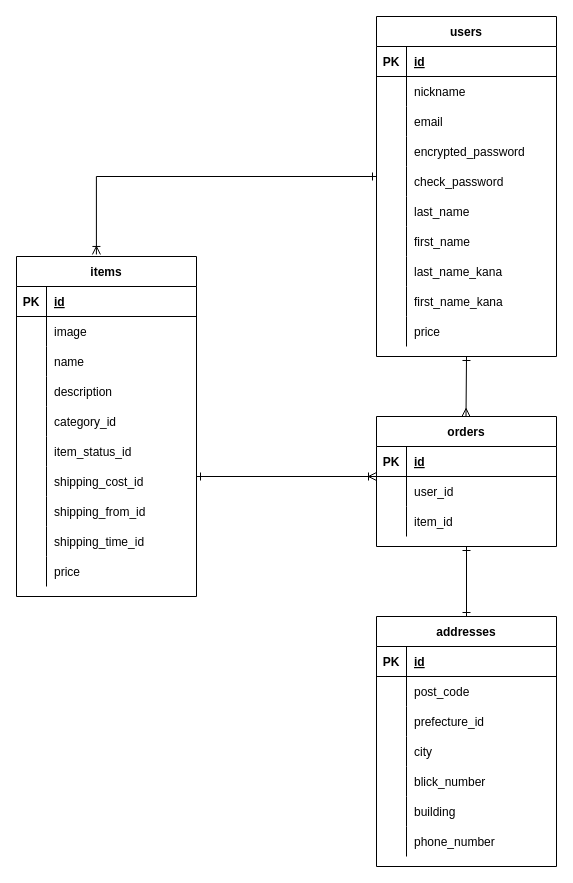
Above: furima.dio in ikumi-taka/furima-38288 (draw.io), before the change. Source tidied: cells renumbered, new cells numbered last; positions are measured from the earlier drawing's top-left corner, leaving out a move shared by most shapes. Both pictures are drawn from the tidied source at 100%, with x=0, y=0 at pixel (16, 16).
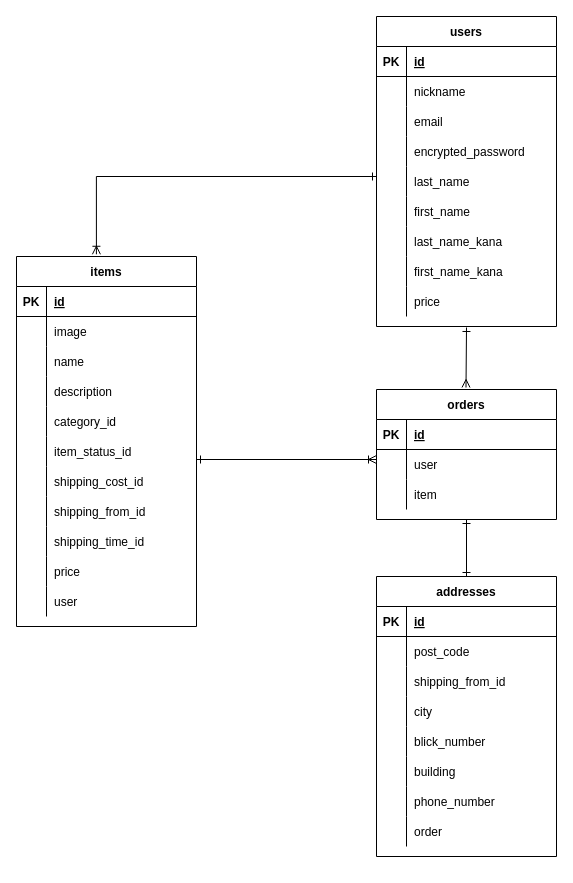
The same diagram, later.

Commit message (it also covers changes not shown here):
ER図とREADMEにDBを設計 を修正

Unchanged cells that the change refers to:
```xml
<mxCell id="71" style="shape=partialRectangle;fillColor=none;top=0;left=0;bottom=0;right=0;" parent="64" vertex="1">
  <mxGeometry y="90" width="180" height="30" as="geometry" />
</mxCell>
<mxCell id="90" style="shape=partialRectangle;fillColor=none;top=0;left=0;bottom=0;right=0;" parent="86" vertex="1">
  <mxGeometry y="60" width="180" height="30" as="geometry" />
</mxCell>
<mxCell id="93" style="shape=partialRectangle;fillColor=none;top=0;left=0;bottom=0;right=0;" parent="86" vertex="1">
  <mxGeometry y="90" width="180" height="30" as="geometry" />
</mxCell>
```

Diff of the diagram source:
```diff
@@
     <mxCell id="2" value="items" style="shape=table;startSize=30;childLayout=tableLayout;rowLines=0;fontStyle=1;align=center;" parent="1" vertex="1">
-      <mxGeometry y="240" width="180" height="340" as="geometry" />
+      <mxGeometry y="240" width="180" height="370" as="geometry" />
     </mxCell>
@@
+    <mxCell id="100" style="shape=partialRectangle;fillColor=none;top=0;left=0;bottom=0;right=0;" parent="2" vertex="1">
+      <mxGeometry y="330" width="180" height="30" as="geometry" />
+    </mxCell>
+    <mxCell id="101" style="shape=partialRectangle;fillColor=none;top=0;left=0;bottom=0;right=0;overflow=hidden;" parent="100" vertex="1">
+      <mxGeometry width="30" height="30" as="geometry" />
+    </mxCell>
+    <mxCell id="102" value="user" style="shape=partialRectangle;fillColor=none;top=0;left=0;bottom=0;right=0;align=left;spacingLeft=6;overflow=hidden;" parent="100" vertex="1">
+      <mxGeometry x="30" width="150" height="30" as="geometry" />
+    </mxCell>
     <mxCell id="33" value="users" style="shape=table;startSize=30;childLayout=tableLayout;rowLines=0;fontStyle=1;align=center;" parent="1" vertex="1">
-      <mxGeometry x="360" width="180" height="340" as="geometry" />
+      <mxGeometry x="360" width="180" height="310" as="geometry" />
     </mxCell>
@@
-    <mxCell id="46" style="shape=partialRectangle;fillColor=none;top=0;left=0;bottom=0;right=0;" parent="33" vertex="1">
-      <mxGeometry y="150" width="180" height="30" as="geometry" />
-    </mxCell>
-    <mxCell id="47" style="shape=partialRectangle;fillColor=none;top=0;left=0;bottom=0;right=0;overflow=hidden;" parent="46" vertex="1">
-      <mxGeometry width="30" height="30" as="geometry" />
-    </mxCell>
-    <mxCell id="48" value="check_password" style="shape=partialRectangle;fillColor=none;top=0;left=0;bottom=0;right=0;align=left;spacingLeft=6;overflow=hidden;" parent="46" vertex="1">
-      <mxGeometry x="30" width="150" height="30" as="geometry" />
-    </mxCell>
     <mxCell id="49" style="shape=partialRectangle;fillColor=none;top=0;left=0;bottom=0;right=0;" parent="33" vertex="1">
-      <mxGeometry y="180" width="180" height="30" as="geometry" />
+      <mxGeometry y="150" width="180" height="30" as="geometry" />
     </mxCell>
@@
     <mxCell id="52" style="shape=partialRectangle;fillColor=none;top=0;left=0;bottom=0;right=0;" parent="33" vertex="1">
-      <mxGeometry y="210" width="180" height="30" as="geometry" />
+      <mxGeometry y="180" width="180" height="30" as="geometry" />
     </mxCell>
@@
     <mxCell id="55" style="shape=partialRectangle;fillColor=none;top=0;left=0;bottom=0;right=0;" parent="33" vertex="1">
-      <mxGeometry y="240" width="180" height="30" as="geometry" />
+      <mxGeometry y="210" width="180" height="30" as="geometry" />
     </mxCell>
@@
     <mxCell id="58" style="shape=partialRectangle;fillColor=none;top=0;left=0;bottom=0;right=0;" parent="33" vertex="1">
-      <mxGeometry y="270" width="180" height="30" as="geometry" />
+      <mxGeometry y="240" width="180" height="30" as="geometry" />
     </mxCell>
@@
     <mxCell id="61" style="shape=partialRectangle;fillColor=none;top=0;left=0;bottom=0;right=0;" parent="33" vertex="1">
-      <mxGeometry y="300" width="180" height="30" as="geometry" />
+      <mxGeometry y="270" width="180" height="30" as="geometry" />
     </mxCell>
@@
     <mxCell id="64" value="addresses" style="shape=table;startSize=30;childLayout=tableLayout;rowLines=0;fontStyle=1;align=center;" parent="1" vertex="1">
-      <mxGeometry x="360" y="600" width="180" height="250" as="geometry" />
+      <mxGeometry x="360" y="560" width="180" height="280" as="geometry" />
     </mxCell>
@@
-    <mxCell id="73" value="prefecture_id" style="shape=partialRectangle;fillColor=none;top=0;left=0;bottom=0;right=0;align=left;spacingLeft=6;overflow=hidden;" parent="71" vertex="1">
+    <mxCell id="73" value="shipping_from_id" style="shape=partialRectangle;fillColor=none;top=0;left=0;bottom=0;right=0;align=left;spacingLeft=6;overflow=hidden;" parent="71" vertex="1">
       <mxGeometry x="30" width="150" height="30" as="geometry" />
     </mxCell>
@@
+    <mxCell id="103" style="shape=partialRectangle;fillColor=none;top=0;left=0;bottom=0;right=0;" parent="64" vertex="1">
+      <mxGeometry y="240" width="180" height="30" as="geometry" />
+    </mxCell>
+    <mxCell id="104" style="shape=partialRectangle;fillColor=none;top=0;left=0;bottom=0;right=0;overflow=hidden;" parent="103" vertex="1">
+      <mxGeometry width="30" height="30" as="geometry" />
+    </mxCell>
+    <mxCell id="105" value="order" style="shape=partialRectangle;fillColor=none;top=0;left=0;bottom=0;right=0;align=left;spacingLeft=6;overflow=hidden;" parent="103" vertex="1">
+      <mxGeometry x="30" width="150" height="30" as="geometry" />
+    </mxCell>
     <mxCell id="86" value="orders" style="shape=table;startSize=30;childLayout=tableLayout;rowLines=0;fontStyle=1;align=center;" parent="1" vertex="1">
-      <mxGeometry x="360" y="400" width="180" height="130" as="geometry" />
+      <mxGeometry x="360" y="373" width="180" height="130" as="geometry" />
     </mxCell>
@@
-    <mxCell id="92" value="user_id" style="shape=partialRectangle;fillColor=none;top=0;left=0;bottom=0;right=0;align=left;spacingLeft=6;overflow=hidden;" parent="90" vertex="1">
+    <mxCell id="92" value="user" style="shape=partialRectangle;fillColor=none;top=0;left=0;bottom=0;right=0;align=left;spacingLeft=6;overflow=hidden;" parent="90" vertex="1">
       <mxGeometry x="30" width="150" height="30" as="geometry" />
     </mxCell>
@@
-    <mxCell id="95" value="item_id" style="shape=partialRectangle;fillColor=none;top=0;left=0;bottom=0;right=0;align=left;spacingLeft=6;overflow=hidden;" parent="93" vertex="1">
+    <mxCell id="95" value="item" style="shape=partialRectangle;fillColor=none;top=0;left=0;bottom=0;right=0;align=left;spacingLeft=6;overflow=hidden;" parent="93" vertex="1">
       <mxGeometry x="30" width="150" height="30" as="geometry" />
     </mxCell>
     <mxCell id="96" style="endArrow=ERoneToMany;html=1;rounded=0;targetPerimeterSpacing=0;strokeWidth=1;startArrow=ERone;startFill=0;endFill=0;jumpSize=6;" parent="1" edge="1">
       <mxGeometry relative="1" as="geometry">
-        <mxPoint x="180" y="460" as="sourcePoint" />
-        <mxPoint x="360" y="460" as="targetPoint" />
+        <mxPoint x="180" y="443" as="sourcePoint" />
+        <mxPoint x="360" y="443" as="targetPoint" />
       </mxGeometry>
     </mxCell>
@@
     <mxCell id="98" style="endArrow=ERmany;html=1;rounded=0;targetPerimeterSpacing=0;strokeWidth=1;jumpSize=6;entryX=0.5;entryY=0;entryDx=0;entryDy=0;startArrow=ERone;startFill=0;endFill=0;" parent="1" edge="1">
       <mxGeometry relative="1" as="geometry">
-        <mxPoint x="450" y="340" as="sourcePoint" />
-        <mxPoint x="449.5" y="400" as="targetPoint" />
+        <mxPoint x="450" y="311" as="sourcePoint" />
+        <mxPoint x="449.5" y="371" as="targetPoint" />
       </mxGeometry>
     </mxCell>
```
